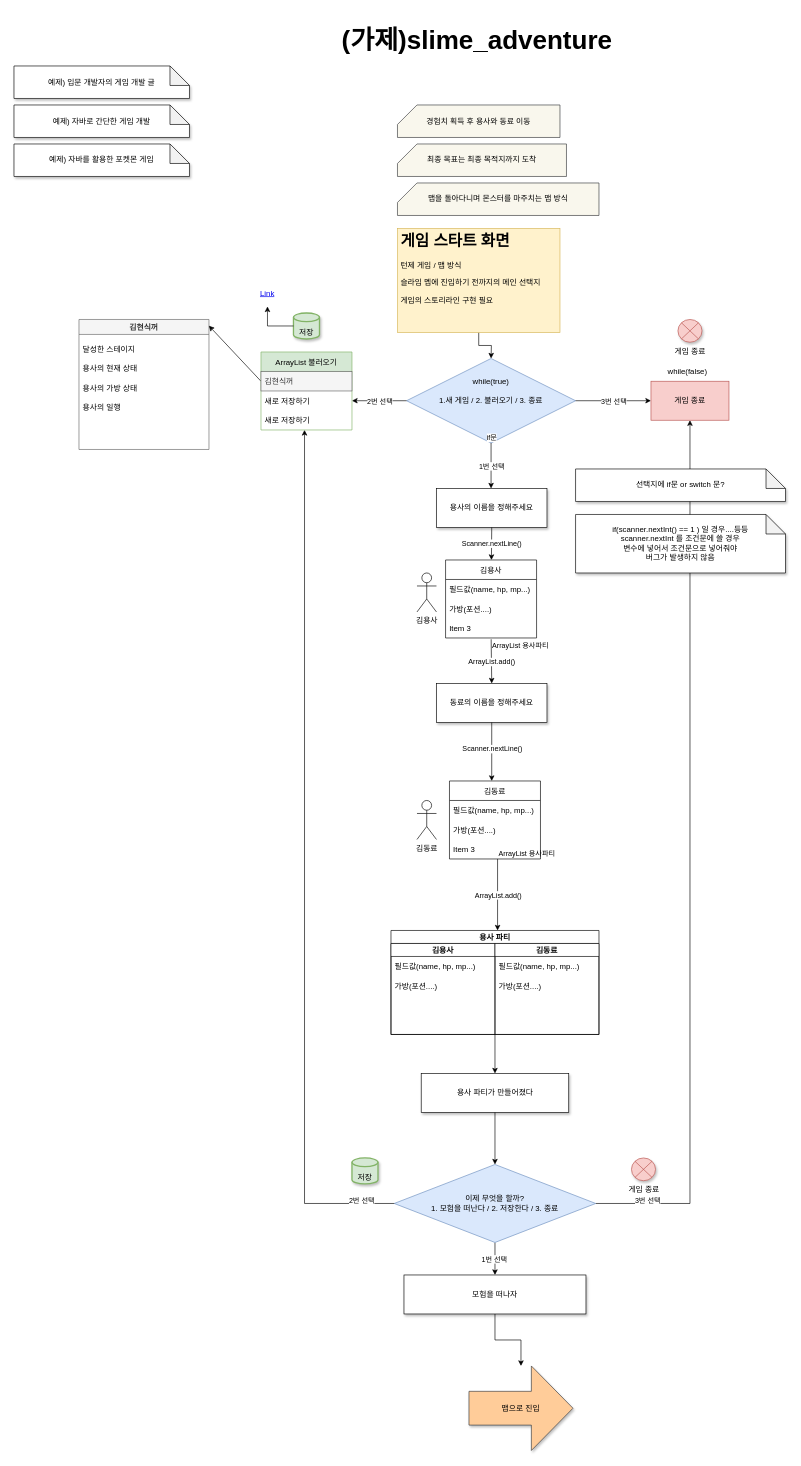
The draw.io diagram page "game_start" (1 of 4) of Untitled Diagram.drawio in slime-and-Hero/slime_adventure, before the edit. Source tidied: cells renumbered, new cells numbered last; positions are measured from the earlier drawing's top-left corner, leaving out a move shared by most shapes. Both pictures are drawn from the tidied source at 65%, with x=0, y=0 at pixel (14, 14).
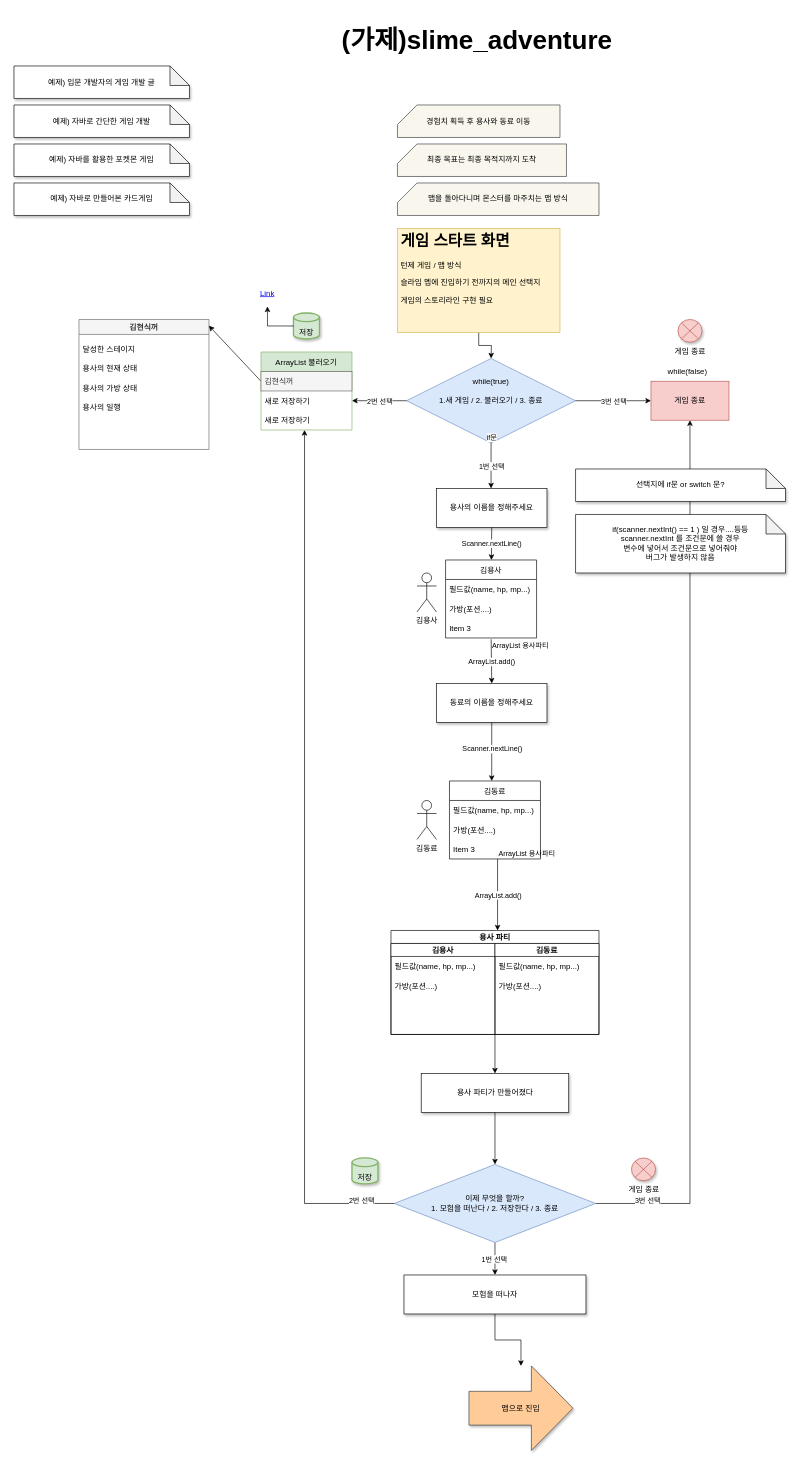
After the change.

Diff of the diagram source:
```diff
@@
+    <mxCell id="86" value="예제) 자바로 만들어본 카드게임" style="shape=note;whiteSpace=wrap;html=1;backgroundOutline=1;darkOpacity=0.05;shadow=1;strokeColor=default;fillColor=default;" parent="1" vertex="1">
+      <mxGeometry y="260" width="270" height="50" as="geometry" />
+    </mxCell>
```
